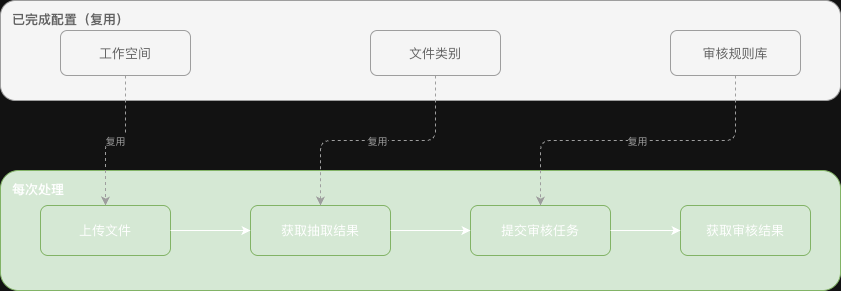
Above: docflow/cn/images/expense_reimbursement_daily_flow.png in ichaozai/docflow-docs (draw.io), before the change. Source tidied: cells renumbered, new cells last; positions are measured from the earlier drawing's top-left corner, leaving out a move shared by most shapes.
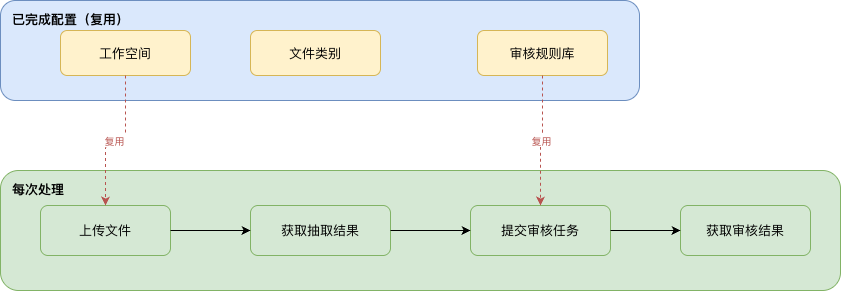
After the commit.

Diff of the diagram source:
```diff
@@ -2,17 +2,17 @@
   <root>
     <mxCell id="0" />
     <mxCell id="1" parent="0" />
-    <mxCell id="2" value="已完成配置（复用）" style="text;html=1;strokeColor=#9e9e9e;fillColor=#f5f5f5;align=left;verticalAlign=top;spacingTop=5;spacingLeft=10;fontStyle=1;fontSize=13;rounded=1;fontColor=#616161;" parent="1" vertex="1">
-      <mxGeometry width="840" height="100" as="geometry" />
+    <mxCell id="2" value="已完成配置（复用）" style="text;html=1;strokeColor=#6c8ebf;fillColor=#dae8fc;align=left;verticalAlign=top;spacingTop=5;spacingLeft=10;fontStyle=1;fontSize=13;rounded=1;" parent="1" vertex="1">
+      <mxGeometry width="639" height="100" as="geometry" />
     </mxCell>
-    <mxCell id="3" value="工作空间" style="rounded=1;whiteSpace=wrap;html=1;fillColor=#f5f5f5;strokeColor=#9e9e9e;fontSize=13;fontColor=#616161;" parent="1" vertex="1">
+    <mxCell id="3" value="工作空间" style="rounded=1;whiteSpace=wrap;html=1;fillColor=#fff2cc;strokeColor=#d6b656;fontSize=13;" parent="1" vertex="1">
       <mxGeometry x="60" y="30" width="130" height="45" as="geometry" />
     </mxCell>
-    <mxCell id="4" value="文件类别" style="rounded=1;whiteSpace=wrap;html=1;fillColor=#f5f5f5;strokeColor=#9e9e9e;fontSize=13;fontColor=#616161;" parent="1" vertex="1">
-      <mxGeometry x="370" y="30" width="130" height="45" as="geometry" />
+    <mxCell id="4" value="文件类别" style="rounded=1;whiteSpace=wrap;html=1;fillColor=#fff2cc;strokeColor=#d6b656;fontSize=13;" parent="1" vertex="1">
+      <mxGeometry x="250" y="30" width="130" height="45" as="geometry" />
     </mxCell>
-    <mxCell id="5" value="审核规则库" style="rounded=1;whiteSpace=wrap;html=1;fillColor=#f5f5f5;strokeColor=#9e9e9e;fontSize=13;fontColor=#616161;" parent="1" vertex="1">
-      <mxGeometry x="670" y="30" width="130" height="45" as="geometry" />
+    <mxCell id="5" value="审核规则库" style="rounded=1;whiteSpace=wrap;html=1;fillColor=#fff2cc;strokeColor=#d6b656;fontSize=13;" parent="1" vertex="1">
+      <mxGeometry x="477" y="30" width="130" height="45" as="geometry" />
     </mxCell>
     <mxCell id="6" value="每次处理" style="text;html=1;strokeColor=#82b366;fillColor=#d5e8d4;align=left;verticalAlign=top;spacingTop=5;spacingLeft=10;fontStyle=1;fontSize=13;rounded=1;" parent="1" vertex="1">
       <mxGeometry y="170" width="840" height="120" as="geometry" />
@@ -38,13 +38,10 @@
     <mxCell id="13" style="edgeStyle=orthogonalEdgeStyle;html=1;" parent="1" edge="1" source="9" target="10">
       <mxGeometry relative="1" as="geometry" />
     </mxCell>
-    <mxCell id="14" value="复用" style="edgeStyle=orthogonalEdgeStyle;html=1;dashed=1;strokeColor=#9e9e9e;fontColor=#9e9e9e;fontSize=10;exitX=0.5;exitY=1;exitDx=0;exitDy=0;entryX=0.5;entryY=0;entryDx=0;entryDy=0;" parent="1" edge="1" source="3" target="7">
+    <mxCell id="14" value="复用" style="edgeStyle=orthogonalEdgeStyle;html=1;dashed=1;strokeColor=#b85450;fontColor=#b85450;fontSize=10;exitX=0.5;exitY=1;exitDx=0;exitDy=0;entryX=0.5;entryY=0;entryDx=0;entryDy=0;" parent="1" edge="1" source="3" target="7">
       <mxGeometry relative="1" as="geometry" />
     </mxCell>
-    <mxCell id="15" value="复用" style="edgeStyle=orthogonalEdgeStyle;html=1;dashed=1;strokeColor=#9e9e9e;fontColor=#9e9e9e;fontSize=10;exitX=0.5;exitY=1;exitDx=0;exitDy=0;entryX=0.5;entryY=0;entryDx=0;entryDy=0;" parent="1" edge="1" source="4" target="8">
-      <mxGeometry relative="1" as="geometry" />
-    </mxCell>
-    <mxCell id="16" value="复用" style="edgeStyle=orthogonalEdgeStyle;html=1;dashed=1;strokeColor=#9e9e9e;fontColor=#9e9e9e;fontSize=10;exitX=0.5;exitY=1;exitDx=0;exitDy=0;entryX=0.5;entryY=0;entryDx=0;entryDy=0;" parent="1" edge="1" source="5" target="9">
+    <mxCell id="16" value="复用" style="edgeStyle=orthogonalEdgeStyle;html=1;dashed=1;strokeColor=#b85450;fontColor=#b85450;fontSize=10;exitX=0.5;exitY=1;exitDx=0;exitDy=0;entryX=0.5;entryY=0;entryDx=0;entryDy=0;" parent="1" edge="1" source="5" target="9">
       <mxGeometry relative="1" as="geometry" />
     </mxCell>
   </root>
```
